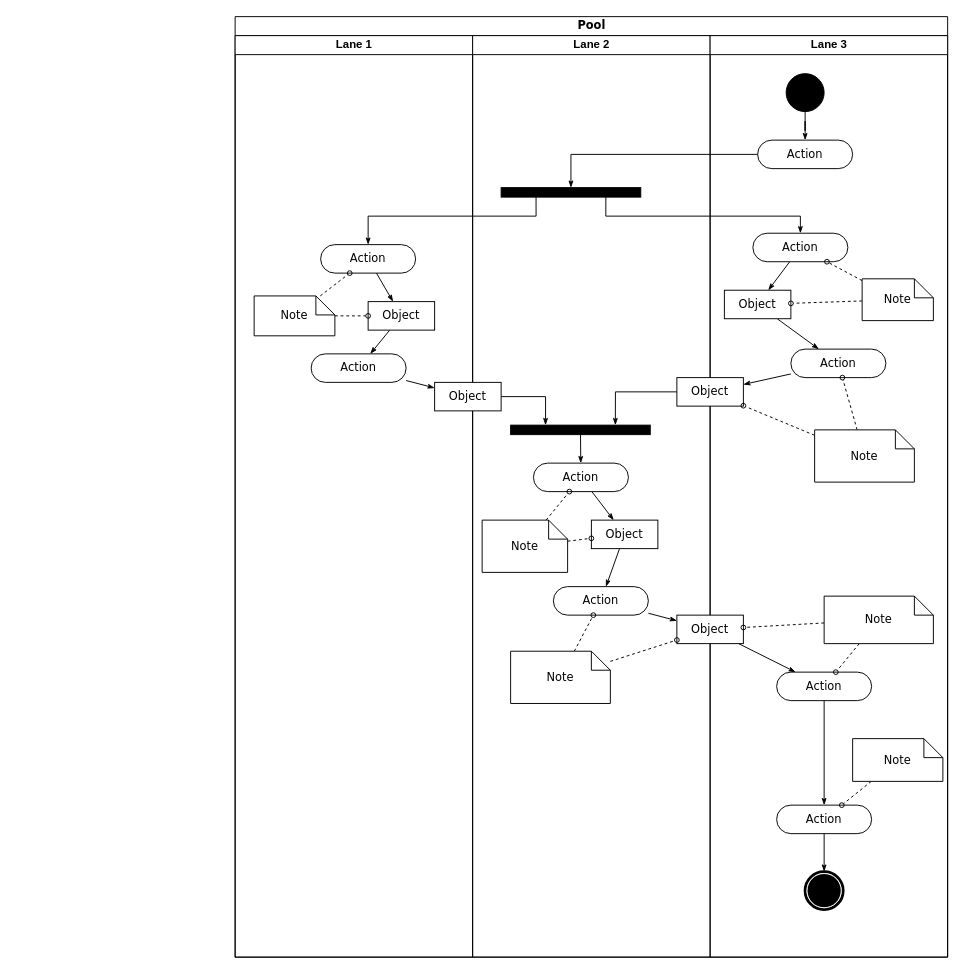
Earlier version of the draw.io diagram Choose Lvl.drawio (johannfac/A-Lone-Burglar). Source tidied: cells renumbered, new cells numbered last; positions are measured from the earlier drawing's top-left corner, leaving out a move shared by most shapes. Both pictures are drawn from the tidied source at 95%, with x=0, y=0 at pixel (235, 16).
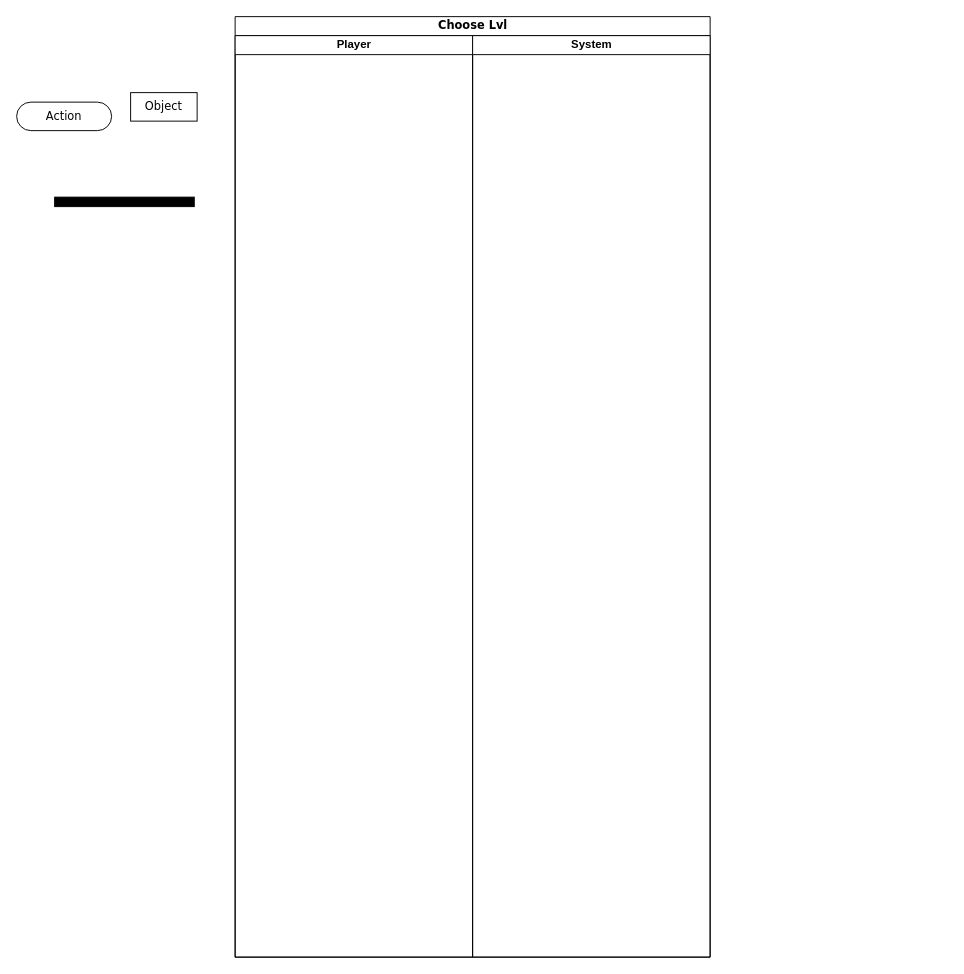
Above is the later version.

The edit, as a diff of the source:
```diff
@@
-    <mxCell id="2" value="Pool" style="swimlane;html=1;startSize=20;rounded=0;shadow=0;comic=0;labelBackgroundColor=none;strokeWidth=1;fontFamily=Verdana;fontSize=12;align=center;" parent="1" vertex="1">
-      <mxGeometry width="750" height="990" as="geometry" />
+    <mxCell id="2" value="Choose Lvl" style="swimlane;html=1;startSize=20;rounded=0;shadow=0;comic=0;labelBackgroundColor=none;strokeWidth=1;fontFamily=Verdana;fontSize=12;align=center;" parent="1" vertex="1">
+      <mxGeometry width="500" height="990" as="geometry" />
     </mxCell>
-    <mxCell id="3" value="Lane 1" style="swimlane;html=1;startSize=20;" parent="2" vertex="1">
+    <mxCell id="3" value="Player" style="swimlane;html=1;startSize=20;" parent="2" vertex="1">
       <mxGeometry y="20" width="250" height="970" as="geometry" />
     </mxCell>
-    <mxCell id="4" style="edgeStyle=none;rounded=0;html=1;labelBackgroundColor=none;startArrow=none;startFill=0;startSize=5;endArrow=classicThin;endFill=1;endSize=5;jettySize=auto;strokeWidth=1;fontFamily=Verdana;fontSize=12;" parent="3" edge="1" source="5" target="8">
-      <mxGeometry relative="1" as="geometry" />
-    </mxCell>
-    <mxCell id="5" value="Action" style="rounded=1;whiteSpace=wrap;html=1;shadow=0;comic=0;labelBackgroundColor=none;strokeWidth=1;fontFamily=Verdana;fontSize=12;align=center;arcSize=50;" parent="3" vertex="1">
-      <mxGeometry x="90" y="220" width="100" height="30" as="geometry" />
-    </mxCell>
-    <mxCell id="6" value="Action" style="rounded=1;whiteSpace=wrap;html=1;shadow=0;comic=0;labelBackgroundColor=none;strokeWidth=1;fontFamily=Verdana;fontSize=12;align=center;arcSize=50;" parent="3" vertex="1">
-      <mxGeometry x="80" y="335" width="100" height="30" as="geometry" />
-    </mxCell>
-    <mxCell id="7" style="edgeStyle=none;rounded=0;html=1;labelBackgroundColor=none;startArrow=none;startFill=0;startSize=5;endArrow=classicThin;endFill=1;endSize=5;jettySize=auto;strokeWidth=1;fontFamily=Verdana;fontSize=12;" parent="3" edge="1" source="8" target="6">
-      <mxGeometry relative="1" as="geometry" />
-    </mxCell>
-    <mxCell id="8" value="Object" style="rounded=0;whiteSpace=wrap;html=1;shadow=0;comic=0;labelBackgroundColor=none;strokeWidth=1;fontFamily=Verdana;fontSize=12;align=center;arcSize=50;" parent="3" vertex="1">
-      <mxGeometry x="140" y="280" width="70" height="30" as="geometry" />
-    </mxCell>
-    <mxCell id="9" style="edgeStyle=none;rounded=0;html=1;labelBackgroundColor=none;startArrow=none;startFill=0;startSize=5;endArrow=oval;endFill=0;endSize=5;jettySize=auto;strokeWidth=1;fontFamily=Verdana;fontSize=12;dashed=1;" parent="3" edge="1" source="11" target="5">
-      <mxGeometry relative="1" as="geometry" />
-    </mxCell>
-    <mxCell id="10" style="edgeStyle=none;rounded=0;html=1;dashed=1;labelBackgroundColor=none;startArrow=none;startFill=0;startSize=5;endArrow=oval;endFill=0;endSize=5;jettySize=auto;strokeWidth=1;fontFamily=Verdana;fontSize=12;" parent="3" edge="1" source="11" target="8">
-      <mxGeometry relative="1" as="geometry" />
-    </mxCell>
-    <mxCell id="11" value="Note" style="shape=note;whiteSpace=wrap;html=1;rounded=0;shadow=0;comic=0;labelBackgroundColor=none;strokeWidth=1;fontFamily=Verdana;fontSize=12;align=center;size=20;" parent="3" vertex="1">
-      <mxGeometry x="20" y="274" width="85" height="42" as="geometry" />
-    </mxCell>
-    <mxCell id="12" value="Lane 2" style="swimlane;html=1;startSize=20;" parent="2" vertex="1">
+    <mxCell id="12" value="System" style="swimlane;html=1;startSize=20;" parent="2" vertex="1">
       <mxGeometry x="250" y="20" width="250" height="970" as="geometry" />
     </mxCell>
-    <mxCell id="13" style="whiteSpace=wrap;html=1;rounded=0;shadow=0;comic=0;labelBackgroundColor=none;strokeWidth=1;fillColor=#000000;fontFamily=Verdana;fontSize=12;align=center;rotation=0;" parent="12" vertex="1">
-      <mxGeometry x="30" y="160" width="147" height="10" as="geometry" />
+    <mxCell id="13" style="whiteSpace=wrap;html=1;rounded=0;shadow=0;comic=0;labelBackgroundColor=none;strokeWidth=1;fillColor=#000000;fontFamily=Verdana;fontSize=12;align=center;rotation=0;" parent="1" vertex="1">
+      <mxGeometry x="-190" y="190" width="147" height="10" as="geometry" />
     </mxCell>
-    <mxCell id="14" style="edgeStyle=none;rounded=0;html=1;labelBackgroundColor=none;startArrow=none;startFill=0;startSize=5;endArrow=classicThin;endFill=1;endSize=5;jettySize=auto;strokeWidth=1;fontFamily=Verdana;fontSize=12;" parent="12" edge="1" source="15" target="21">
-      <mxGeometry relative="1" as="geometry" />
-    </mxCell>
-    <mxCell id="15" value="Action" style="rounded=1;whiteSpace=wrap;html=1;shadow=0;comic=0;labelBackgroundColor=none;strokeWidth=1;fontFamily=Verdana;fontSize=12;align=center;arcSize=50;" parent="12" vertex="1">
-      <mxGeometry x="64" y="450" width="100" height="30" as="geometry" />
-    </mxCell>
-    <mxCell id="16" style="edgeStyle=none;rounded=0;html=1;labelBackgroundColor=none;startArrow=none;startFill=0;startSize=5;endArrow=classicThin;endFill=1;endSize=5;jettySize=auto;strokeWidth=1;fontFamily=Verdana;fontSize=12;" parent="12" edge="1" source="17" target="15">
-      <mxGeometry relative="1" as="geometry" />
-    </mxCell>
-    <mxCell id="17" style="whiteSpace=wrap;html=1;rounded=0;shadow=0;comic=0;labelBackgroundColor=none;strokeWidth=1;fillColor=#000000;fontFamily=Verdana;fontSize=12;align=center;rotation=0;" parent="12" vertex="1">
-      <mxGeometry x="40" y="410" width="147" height="10" as="geometry" />
-    </mxCell>
-    <mxCell id="18" style="edgeStyle=orthogonalEdgeStyle;rounded=0;html=1;entryX=0.25;entryY=0;labelBackgroundColor=none;startArrow=none;startFill=0;startSize=5;endArrow=classicThin;endFill=1;endSize=5;jettySize=auto;strokeWidth=1;fontFamily=Verdana;fontSize=12;" parent="12" edge="1" source="19" target="17">
-      <mxGeometry relative="1" as="geometry" />
-    </mxCell>
-    <mxCell id="19" value="Object" style="rounded=0;whiteSpace=wrap;html=1;shadow=0;comic=0;labelBackgroundColor=none;strokeWidth=1;fontFamily=Verdana;fontSize=12;align=center;arcSize=50;" parent="12" vertex="1">
-      <mxGeometry x="-40" y="365" width="70" height="30" as="geometry" />
-    </mxCell>
-    <mxCell id="20" style="edgeStyle=none;rounded=0;html=1;labelBackgroundColor=none;startArrow=none;startFill=0;startSize=5;endArrow=classicThin;endFill=1;endSize=5;jettySize=auto;strokeWidth=1;fontFamily=Verdana;fontSize=12;" parent="12" edge="1" source="21" target="22">
-      <mxGeometry relative="1" as="geometry" />
-    </mxCell>
-    <mxCell id="21" value="Object" style="rounded=0;whiteSpace=wrap;html=1;shadow=0;comic=0;labelBackgroundColor=none;strokeWidth=1;fontFamily=Verdana;fontSize=12;align=center;arcSize=50;" parent="12" vertex="1">
-      <mxGeometry x="125" y="510" width="70" height="30" as="geometry" />
-    </mxCell>
-    <mxCell id="22" value="Action" style="rounded=1;whiteSpace=wrap;html=1;shadow=0;comic=0;labelBackgroundColor=none;strokeWidth=1;fontFamily=Verdana;fontSize=12;align=center;arcSize=50;" parent="12" vertex="1">
-      <mxGeometry x="85" y="580" width="100" height="30" as="geometry" />
-    </mxCell>
-    <mxCell id="23" style="edgeStyle=none;rounded=0;html=1;dashed=1;labelBackgroundColor=none;startArrow=none;startFill=0;startSize=5;endArrow=oval;endFill=0;endSize=5;jettySize=auto;strokeWidth=1;fontFamily=Verdana;fontSize=12;" parent="12" edge="1" source="25" target="15">
-      <mxGeometry relative="1" as="geometry" />
-    </mxCell>
-    <mxCell id="24" style="edgeStyle=none;rounded=0;html=1;dashed=1;labelBackgroundColor=none;startArrow=none;startFill=0;startSize=5;endArrow=oval;endFill=0;endSize=5;jettySize=auto;strokeWidth=1;fontFamily=Verdana;fontSize=12;" parent="12" edge="1" source="25" target="21">
-      <mxGeometry relative="1" as="geometry" />
-    </mxCell>
-    <mxCell id="25" value="Note" style="shape=note;whiteSpace=wrap;html=1;rounded=0;shadow=0;comic=0;labelBackgroundColor=none;strokeWidth=1;fontFamily=Verdana;fontSize=12;align=center;size=20;" parent="12" vertex="1">
-      <mxGeometry x="10" y="510" width="90" height="55" as="geometry" />
-    </mxCell>
-    <mxCell id="26" style="edgeStyle=none;rounded=0;html=1;dashed=1;labelBackgroundColor=none;startArrow=none;startFill=0;startSize=5;endArrow=oval;endFill=0;endSize=5;jettySize=auto;strokeWidth=1;fontFamily=Verdana;fontSize=12;" parent="12" edge="1" source="27" target="22">
-      <mxGeometry relative="1" as="geometry" />
-    </mxCell>
-    <mxCell id="27" value="Note" style="shape=note;whiteSpace=wrap;html=1;rounded=0;shadow=0;comic=0;labelBackgroundColor=none;strokeWidth=1;fontFamily=Verdana;fontSize=12;align=center;size=20;" parent="12" vertex="1">
-      <mxGeometry x="40" y="648" width="105" height="55" as="geometry" />
-    </mxCell>
-    <mxCell id="28" value="Lane 3" style="swimlane;html=1;startSize=20;" parent="2" vertex="1">
-      <mxGeometry x="500" y="20" width="250" height="970" as="geometry" />
-    </mxCell>
-    <mxCell id="29" style="edgeStyle=orthogonalEdgeStyle;rounded=0;html=1;labelBackgroundColor=none;startArrow=none;startFill=0;startSize=5;endArrow=classicThin;endFill=1;endSize=5;jettySize=auto;strokeWidth=1;fontFamily=Verdana;fontSize=12;" parent="28" edge="1" source="30" target="31">
-      <mxGeometry relative="1" as="geometry" />
-    </mxCell>
-    <mxCell id="30" style="ellipse;whiteSpace=wrap;html=1;rounded=0;shadow=0;comic=0;labelBackgroundColor=none;strokeWidth=1;fillColor=#000000;fontFamily=Verdana;fontSize=12;align=center;" parent="28" vertex="1">
-      <mxGeometry x="80" y="40" width="40" height="40" as="geometry" />
-    </mxCell>
-    <mxCell id="31" value="Action" style="rounded=1;whiteSpace=wrap;html=1;shadow=0;comic=0;labelBackgroundColor=none;strokeWidth=1;fontFamily=Verdana;fontSize=12;align=center;arcSize=50;" parent="28" vertex="1">
-      <mxGeometry x="50" y="110" width="100" height="30" as="geometry" />
-    </mxCell>
-    <mxCell id="32" style="rounded=0;html=1;labelBackgroundColor=none;startArrow=none;startFill=0;startSize=5;endArrow=classicThin;endFill=1;endSize=5;jettySize=auto;strokeWidth=1;fontFamily=Verdana;fontSize=12;" parent="28" edge="1" source="33" target="37">
-      <mxGeometry relative="1" as="geometry" />
-    </mxCell>
-    <mxCell id="33" value="Action" style="rounded=1;whiteSpace=wrap;html=1;shadow=0;comic=0;labelBackgroundColor=none;strokeWidth=1;fontFamily=Verdana;fontSize=12;align=center;arcSize=50;" parent="28" vertex="1">
-      <mxGeometry x="45" y="208" width="100" height="30" as="geometry" />
-    </mxCell>
-    <mxCell id="34" style="edgeStyle=none;rounded=0;html=1;labelBackgroundColor=none;startArrow=none;startFill=0;startSize=5;endArrow=classicThin;endFill=1;endSize=5;jettySize=auto;strokeWidth=1;fontFamily=Verdana;fontSize=12;" parent="28" edge="1" source="35" target="38">
-      <mxGeometry relative="1" as="geometry" />
-    </mxCell>
-    <mxCell id="35" value="Action" style="rounded=1;whiteSpace=wrap;html=1;shadow=0;comic=0;labelBackgroundColor=none;strokeWidth=1;fontFamily=Verdana;fontSize=12;align=center;arcSize=50;" parent="28" vertex="1">
-      <mxGeometry x="85" y="330" width="100" height="30" as="geometry" />
-    </mxCell>
-    <mxCell id="36" style="edgeStyle=none;rounded=0;html=1;labelBackgroundColor=none;startArrow=none;startFill=0;startSize=5;endArrow=classicThin;endFill=1;endSize=5;jettySize=auto;strokeWidth=1;fontFamily=Verdana;fontSize=12;" parent="28" edge="1" source="37" target="35">
-      <mxGeometry relative="1" as="geometry" />
-    </mxCell>
-    <mxCell id="37" value="Object" style="rounded=0;whiteSpace=wrap;html=1;shadow=0;comic=0;labelBackgroundColor=none;strokeWidth=1;fontFamily=Verdana;fontSize=12;align=center;arcSize=50;" parent="28" vertex="1">
-      <mxGeometry x="15" y="268" width="70" height="30" as="geometry" />
-    </mxCell>
-    <mxCell id="38" value="Object" style="rounded=0;whiteSpace=wrap;html=1;shadow=0;comic=0;labelBackgroundColor=none;strokeWidth=1;fontFamily=Verdana;fontSize=12;align=center;arcSize=50;" parent="28" vertex="1">
-      <mxGeometry x="-35" y="360" width="70" height="30" as="geometry" />
-    </mxCell>
-    <mxCell id="39" style="edgeStyle=none;rounded=0;html=1;labelBackgroundColor=none;startArrow=none;startFill=0;startSize=5;endArrow=classicThin;endFill=1;endSize=5;jettySize=auto;strokeWidth=1;fontFamily=Verdana;fontSize=12;" parent="28" edge="1" source="40" target="42">
-      <mxGeometry relative="1" as="geometry" />
-    </mxCell>
-    <mxCell id="40" value="Object" style="rounded=0;whiteSpace=wrap;html=1;shadow=0;comic=0;labelBackgroundColor=none;strokeWidth=1;fontFamily=Verdana;fontSize=12;align=center;arcSize=50;" parent="28" vertex="1">
-      <mxGeometry x="-35" y="610" width="70" height="30" as="geometry" />
-    </mxCell>
-    <mxCell id="41" style="edgeStyle=none;rounded=0;html=1;labelBackgroundColor=none;startArrow=none;startFill=0;startSize=5;endArrow=classicThin;endFill=1;endSize=5;jettySize=auto;strokeWidth=1;fontFamily=Verdana;fontSize=12;" parent="28" edge="1" source="42" target="44">
-      <mxGeometry relative="1" as="geometry" />
-    </mxCell>
-    <mxCell id="42" value="Action" style="rounded=1;whiteSpace=wrap;html=1;shadow=0;comic=0;labelBackgroundColor=none;strokeWidth=1;fontFamily=Verdana;fontSize=12;align=center;arcSize=50;" parent="28" vertex="1">
-      <mxGeometry x="70" y="670" width="100" height="30" as="geometry" />
-    </mxCell>
-    <mxCell id="43" style="edgeStyle=none;rounded=0;html=1;labelBackgroundColor=none;startArrow=none;startFill=0;startSize=5;endArrow=classicThin;endFill=1;endSize=5;jettySize=auto;strokeWidth=1;fontFamily=Verdana;fontSize=12;" parent="28" edge="1" source="44" target="45">
-      <mxGeometry relative="1" as="geometry" />
-    </mxCell>
-    <mxCell id="44" value="Action" style="rounded=1;whiteSpace=wrap;html=1;shadow=0;comic=0;labelBackgroundColor=none;strokeWidth=1;fontFamily=Verdana;fontSize=12;align=center;arcSize=50;" parent="28" vertex="1">
-      <mxGeometry x="70" y="810" width="100" height="30" as="geometry" />
-    </mxCell>
-    <mxCell id="45" style="shape=mxgraph.bpmn.shape;html=1;verticalLabelPosition=bottom;labelBackgroundColor=#ffffff;verticalAlign=top;perimeter=ellipsePerimeter;outline=end;symbol=terminate;rounded=0;shadow=0;comic=0;strokeWidth=1;fontFamily=Verdana;fontSize=12;align=center;" parent="28" vertex="1">
-      <mxGeometry x="100" y="880" width="40" height="40" as="geometry" />
-    </mxCell>
-    <mxCell id="46" style="edgeStyle=none;rounded=0;html=1;dashed=1;labelBackgroundColor=none;startArrow=none;startFill=0;startSize=5;endArrow=oval;endFill=0;endSize=5;jettySize=auto;strokeWidth=1;fontFamily=Verdana;fontSize=12;" parent="28" edge="1" source="48" target="33">
-      <mxGeometry relative="1" as="geometry" />
-    </mxCell>
-    <mxCell id="47" style="edgeStyle=none;rounded=0;html=1;dashed=1;labelBackgroundColor=none;startArrow=none;startFill=0;startSize=5;endArrow=oval;endFill=0;endSize=5;jettySize=auto;strokeWidth=1;fontFamily=Verdana;fontSize=12;" parent="28" edge="1" source="48" target="37">
-      <mxGeometry relative="1" as="geometry" />
-    </mxCell>
-    <mxCell id="48" value="Note" style="shape=note;whiteSpace=wrap;html=1;rounded=0;shadow=0;comic=0;labelBackgroundColor=none;strokeWidth=1;fontFamily=Verdana;fontSize=12;align=center;size=20;" parent="28" vertex="1">
-      <mxGeometry x="160" y="256" width="75" height="44" as="geometry" />
-    </mxCell>
-    <mxCell id="49" style="edgeStyle=none;rounded=0;html=1;dashed=1;labelBackgroundColor=none;startArrow=none;startFill=0;startSize=5;endArrow=oval;endFill=0;endSize=5;jettySize=auto;strokeWidth=1;fontFamily=Verdana;fontSize=12;" parent="28" edge="1" source="51" target="35">
-      <mxGeometry relative="1" as="geometry" />
-    </mxCell>
-    <mxCell id="50" style="edgeStyle=none;rounded=0;html=1;dashed=1;labelBackgroundColor=none;startArrow=none;startFill=0;startSize=5;endArrow=oval;endFill=0;endSize=5;jettySize=auto;strokeWidth=1;fontFamily=Verdana;fontSize=12;" parent="28" edge="1" source="51" target="38">
-      <mxGeometry relative="1" as="geometry" />
-    </mxCell>
-    <mxCell id="51" value="Note" style="shape=note;whiteSpace=wrap;html=1;rounded=0;shadow=0;comic=0;labelBackgroundColor=none;strokeWidth=1;fontFamily=Verdana;fontSize=12;align=center;size=20;" parent="28" vertex="1">
-      <mxGeometry x="110" y="415" width="105" height="55" as="geometry" />
-    </mxCell>
-    <mxCell id="52" style="edgeStyle=none;rounded=0;html=1;dashed=1;labelBackgroundColor=none;startArrow=none;startFill=0;startSize=5;endArrow=oval;endFill=0;endSize=5;jettySize=auto;strokeWidth=1;fontFamily=Verdana;fontSize=12;" parent="28" edge="1" source="54" target="42">
-      <mxGeometry relative="1" as="geometry" />
-    </mxCell>
-    <mxCell id="53" style="edgeStyle=none;rounded=0;html=1;dashed=1;labelBackgroundColor=none;startArrow=none;startFill=0;startSize=5;endArrow=oval;endFill=0;endSize=5;jettySize=auto;strokeWidth=1;fontFamily=Verdana;fontSize=12;" parent="28" edge="1" source="54" target="40">
-      <mxGeometry relative="1" as="geometry" />
-    </mxCell>
-    <mxCell id="54" value="Note" style="shape=note;whiteSpace=wrap;html=1;rounded=0;shadow=0;comic=0;labelBackgroundColor=none;strokeWidth=1;fontFamily=Verdana;fontSize=12;align=center;size=20;" parent="28" vertex="1">
-      <mxGeometry x="120" y="590" width="115" height="50" as="geometry" />
-    </mxCell>
-    <mxCell id="55" style="edgeStyle=none;rounded=0;html=1;dashed=1;labelBackgroundColor=none;startArrow=none;startFill=0;startSize=5;endArrow=oval;endFill=0;endSize=5;jettySize=auto;strokeWidth=1;fontFamily=Verdana;fontSize=12;" parent="28" edge="1" source="56" target="44">
-      <mxGeometry relative="1" as="geometry" />
-    </mxCell>
-    <mxCell id="56" value="Note" style="shape=note;whiteSpace=wrap;html=1;rounded=0;shadow=0;comic=0;labelBackgroundColor=none;strokeWidth=1;fontFamily=Verdana;fontSize=12;align=center;size=20;" parent="28" vertex="1">
-      <mxGeometry x="150" y="740" width="95" height="45" as="geometry" />
-    </mxCell>
-    <mxCell id="57" style="edgeStyle=orthogonalEdgeStyle;rounded=0;html=1;entryX=0.5;entryY=0;labelBackgroundColor=none;startArrow=none;startFill=0;startSize=5;endArrow=classicThin;endFill=1;endSize=5;jettySize=auto;strokeWidth=1;fontFamily=Verdana;fontSize=12;" parent="2" edge="1" source="31" target="13">
-      <mxGeometry relative="1" as="geometry">
-        <Array as="points">
-          <mxPoint x="354" y="145" />
-        </Array>
-      </mxGeometry>
-    </mxCell>
-    <mxCell id="58" style="edgeStyle=orthogonalEdgeStyle;rounded=0;html=1;exitX=0.75;exitY=1;labelBackgroundColor=none;startArrow=none;startFill=0;startSize=5;endArrow=classicThin;endFill=1;endSize=5;jettySize=auto;strokeWidth=1;fontFamily=Verdana;fontSize=12;" parent="2" edge="1" source="13" target="33">
-      <mxGeometry relative="1" as="geometry">
-        <Array as="points">
-          <mxPoint x="390" y="210" />
-          <mxPoint x="595" y="210" />
-        </Array>
-      </mxGeometry>
-    </mxCell>
-    <mxCell id="59" style="edgeStyle=orthogonalEdgeStyle;rounded=0;html=1;exitX=0.25;exitY=1;entryX=0.5;entryY=0;labelBackgroundColor=none;startArrow=none;startFill=0;startSize=5;endArrow=classicThin;endFill=1;endSize=5;jettySize=auto;strokeWidth=1;fontFamily=Verdana;fontSize=12;" parent="2" edge="1" source="13" target="5">
-      <mxGeometry relative="1" as="geometry">
-        <Array as="points">
-          <mxPoint x="317" y="210" />
-          <mxPoint x="140" y="210" />
-        </Array>
-      </mxGeometry>
-    </mxCell>
-    <mxCell id="60" style="edgeStyle=orthogonalEdgeStyle;rounded=0;html=1;entryX=0.75;entryY=0;labelBackgroundColor=none;startArrow=none;startFill=0;startSize=5;endArrow=classicThin;endFill=1;endSize=5;jettySize=auto;strokeWidth=1;fontFamily=Verdana;fontSize=12;" parent="2" edge="1" source="38" target="17">
-      <mxGeometry relative="1" as="geometry" />
-    </mxCell>
-    <mxCell id="61" style="edgeStyle=none;rounded=0;html=1;labelBackgroundColor=none;startArrow=none;startFill=0;startSize=5;endArrow=classicThin;endFill=1;endSize=5;jettySize=auto;strokeWidth=1;fontFamily=Verdana;fontSize=12;" parent="2" edge="1" source="6" target="19">
-      <mxGeometry relative="1" as="geometry" />
-    </mxCell>
-    <mxCell id="62" style="edgeStyle=none;rounded=0;html=1;labelBackgroundColor=none;startArrow=none;startFill=0;startSize=5;endArrow=classicThin;endFill=1;endSize=5;jettySize=auto;strokeWidth=1;fontFamily=Verdana;fontSize=12;" parent="2" edge="1" source="22" target="40">
-      <mxGeometry relative="1" as="geometry" />
-    </mxCell>
-    <mxCell id="63" style="edgeStyle=none;rounded=0;html=1;dashed=1;labelBackgroundColor=none;startArrow=none;startFill=0;startSize=5;endArrow=oval;endFill=0;endSize=5;jettySize=auto;strokeWidth=1;fontFamily=Verdana;fontSize=12;" parent="2" edge="1" source="27" target="40">
-      <mxGeometry relative="1" as="geometry" />
-    </mxCell>
+    <mxCell id="6" value="Action" style="rounded=1;whiteSpace=wrap;html=1;shadow=0;comic=0;labelBackgroundColor=none;strokeWidth=1;fontFamily=Verdana;fontSize=12;align=center;arcSize=50;" parent="1" vertex="1">
+      <mxGeometry x="-230" y="90" width="100" height="30" as="geometry" />
+    </mxCell>
+    <mxCell id="8" value="Object" style="rounded=0;whiteSpace=wrap;html=1;shadow=0;comic=0;labelBackgroundColor=none;strokeWidth=1;fontFamily=Verdana;fontSize=12;align=center;arcSize=50;" parent="1" vertex="1">
+      <mxGeometry x="-110" y="80" width="70" height="30" as="geometry" />
+    </mxCell>
```
